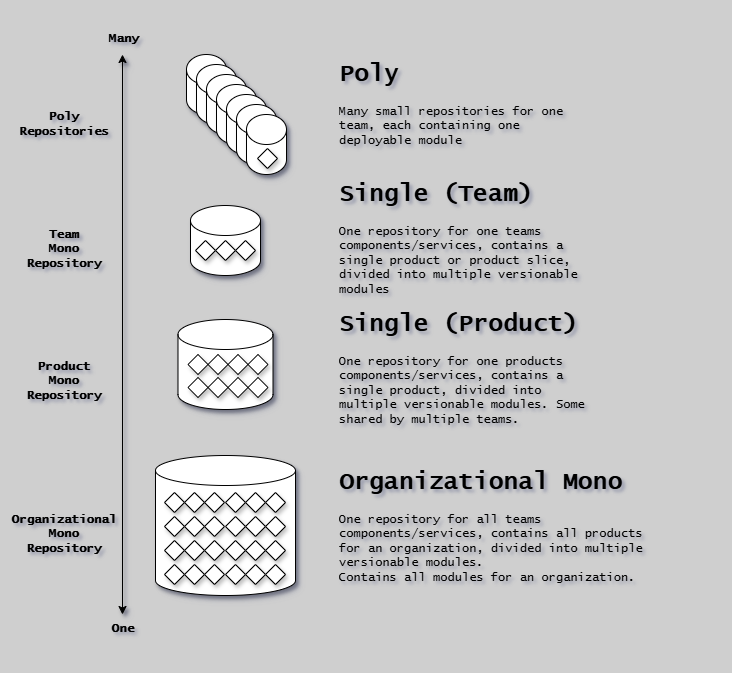
Before: docs/assets/repository/types.drawio.png, a diagram exported from draw.io (ready-to-release/eac). Source tidied: cells renumbered, new cells last; positions are measured from the earlier drawing's top-left corner, leaving out a move shared by most shapes. Source of this version:
```xml
<mxGraphModel background="#CFCFCF" shadow="1">
  <root>
    <mxCell id="0" />
    <mxCell id="1" parent="0" />
    <mxCell id="2" style="group;strokeColor=none;dashed=1;dashPattern=12 12;fontFamily=Lucida Console;fontStyle=1;shadow=1;" parent="1" vertex="1">
      <mxGeometry width="710" height="650" as="geometry" />
    </mxCell>
    <mxCell id="3" style="shape=cylinder3;whiteSpace=wrap;html=1;boundedLbl=1;backgroundOutline=1;size=15;fontFamily=Lucida Console;fontStyle=1;fontSize=14;shadow=1;" parent="1" vertex="1">
      <mxGeometry x="182" y="50" width="40" height="60" as="geometry" />
    </mxCell>
    <mxCell id="4" style="endArrow=classic;html=1;rounded=0;startArrow=classic;startFill=1;endFill=1;fontFamily=Lucida Console;fontStyle=1;shadow=1;" parent="1" edge="1">
      <mxGeometry relative="1" as="geometry">
        <mxPoint x="118" y="610" as="sourcePoint" />
        <mxPoint x="118" y="50" as="targetPoint" />
      </mxGeometry>
    </mxCell>
    <mxCell id="5" value="Poly&lt;br&gt;Repositories" style="text;html=1;strokeColor=none;fillColor=none;align=center;verticalAlign=middle;whiteSpace=wrap;rounded=0;fontFamily=Lucida Console;fontStyle=1;shadow=1;" parent="1" vertex="1">
      <mxGeometry x="30" y="105" width="60" height="30" as="geometry" />
    </mxCell>
    <mxCell id="6" value="Team&lt;br&gt;Mono&lt;br&gt;Repository" style="text;html=1;strokeColor=none;fillColor=none;align=center;verticalAlign=middle;whiteSpace=wrap;rounded=0;fontFamily=Lucida Console;fontStyle=1;shadow=1;" parent="1" vertex="1">
      <mxGeometry x="30" y="230" width="60" height="30" as="geometry" />
    </mxCell>
    <mxCell id="7" value="Product&lt;br&gt;Mono&lt;br&gt;Repository" style="text;html=1;strokeColor=none;fillColor=none;align=center;verticalAlign=middle;whiteSpace=wrap;rounded=0;fontFamily=Lucida Console;fontStyle=1;shadow=1;" parent="1" vertex="1">
      <mxGeometry x="30" y="362" width="60" height="30" as="geometry" />
    </mxCell>
    <mxCell id="8" value="Organizational&lt;br&gt;Mono&lt;br&gt;Repository" style="text;html=1;strokeColor=none;fillColor=none;align=center;verticalAlign=middle;whiteSpace=wrap;rounded=0;fontFamily=Lucida Console;fontStyle=1;shadow=1;" parent="1" vertex="1">
      <mxGeometry x="30" y="515" width="60" height="30" as="geometry" />
    </mxCell>
    <mxCell id="9" style="shape=cylinder3;whiteSpace=wrap;html=1;boundedLbl=1;backgroundOutline=1;size=15;fontFamily=Lucida Console;fontStyle=1;fontSize=14;shadow=1;" parent="1" vertex="1">
      <mxGeometry x="192" y="60" width="40" height="60" as="geometry" />
    </mxCell>
    <mxCell id="10" style="shape=cylinder3;whiteSpace=wrap;html=1;boundedLbl=1;backgroundOutline=1;size=15;fontFamily=Lucida Console;fontStyle=1;fontSize=14;shadow=1;" parent="1" vertex="1">
      <mxGeometry x="202" y="70" width="40" height="60" as="geometry" />
    </mxCell>
    <mxCell id="11" style="shape=cylinder3;whiteSpace=wrap;html=1;boundedLbl=1;backgroundOutline=1;size=15;fontFamily=Lucida Console;fontStyle=1;fontSize=14;shadow=1;" parent="1" vertex="1">
      <mxGeometry x="212" y="80" width="40" height="60" as="geometry" />
    </mxCell>
    <mxCell id="12" style="shape=cylinder3;whiteSpace=wrap;html=1;boundedLbl=1;backgroundOutline=1;size=15;fontFamily=Lucida Console;fontStyle=1;fontSize=14;shadow=1;" parent="1" vertex="1">
      <mxGeometry x="222" y="90" width="40" height="60" as="geometry" />
    </mxCell>
    <mxCell id="13" style="shape=cylinder3;whiteSpace=wrap;html=1;boundedLbl=1;backgroundOutline=1;size=15;fontFamily=Lucida Console;fontStyle=1;fontSize=14;shadow=1;" parent="1" vertex="1">
      <mxGeometry x="232" y="100" width="40" height="60" as="geometry" />
    </mxCell>
    <mxCell id="14" style="shape=cylinder3;whiteSpace=wrap;html=1;boundedLbl=1;backgroundOutline=1;size=15;fontFamily=Lucida Console;fontStyle=1;fontSize=14;shadow=1;" parent="1" vertex="1">
      <mxGeometry x="242" y="110" width="40" height="60" as="geometry" />
    </mxCell>
    <mxCell id="15" value="&lt;h1&gt;Poly&lt;/h1&gt;&lt;p&gt;&lt;span style=&quot;font-weight: normal;&quot;&gt;Many small repositories for one team, each containing one deployable module&lt;/span&gt;&lt;/p&gt;" style="text;html=1;strokeColor=none;fillColor=none;spacing=5;spacingTop=-20;whiteSpace=wrap;overflow=hidden;rounded=0;fontFamily=Lucida Console;fontStyle=1;shadow=1;" parent="1" vertex="1">
      <mxGeometry x="330" y="50" width="250" height="120" as="geometry" />
    </mxCell>
    <mxCell id="16" value="&lt;h1&gt;Single (Team)&lt;/h1&gt;&lt;p&gt;&lt;span style=&quot;font-weight: normal;&quot;&gt;One repository for one teams components/services, contains a single product or product slice, divided into multiple versionable modules&lt;/span&gt;&lt;/p&gt;" style="text;html=1;strokeColor=none;fillColor=none;spacing=5;spacingTop=-20;whiteSpace=wrap;overflow=hidden;rounded=0;fontFamily=Lucida Console;fontStyle=1;shadow=1;" parent="1" vertex="1">
      <mxGeometry x="330" y="170" width="280" height="130" as="geometry" />
    </mxCell>
    <mxCell id="17" style="shape=hexagon;perimeter=hexagonPerimeter2;whiteSpace=wrap;html=1;fixedSize=1;fontFamily=Lucida Console;fontStyle=1;shadow=1;" parent="1" vertex="1">
      <mxGeometry x="253" y="144" width="20" height="20" as="geometry" />
    </mxCell>
    <mxCell id="18" value="&lt;h1&gt;Single (Product)&lt;/h1&gt;&lt;p&gt;&lt;span style=&quot;font-weight: normal;&quot;&gt;One repository for one products components/services, contains a single product, divided into multiple versionable modules. Some shared by multiple teams.&lt;/span&gt;&lt;/p&gt;" style="text;html=1;strokeColor=none;fillColor=none;spacing=5;spacingTop=-20;whiteSpace=wrap;overflow=hidden;rounded=0;fontFamily=Lucida Console;fontStyle=1;shadow=1;" parent="1" vertex="1">
      <mxGeometry x="330" y="300" width="270" height="130" as="geometry" />
    </mxCell>
    <mxCell id="19" value="&lt;h1&gt;Organizational Mono&lt;/h1&gt;&lt;p&gt;&lt;span style=&quot;font-weight: normal;&quot;&gt;One repository for all teams components/services, contains all products for an organization, divided into multiple versionable modules.&lt;br&gt;Contains all modules for an organization.&lt;/span&gt;&lt;/p&gt;" style="text;html=1;strokeColor=none;fillColor=none;spacing=5;spacingTop=-20;whiteSpace=wrap;overflow=hidden;rounded=0;fontFamily=Lucida Console;fontStyle=1;shadow=1;" parent="1" vertex="1">
      <mxGeometry x="330" y="458" width="330" height="130" as="geometry" />
    </mxCell>
    <mxCell id="20" value="Many" style="text;html=1;strokeColor=none;fillColor=none;align=center;verticalAlign=middle;whiteSpace=wrap;rounded=0;fontFamily=Lucida Console;fontStyle=1;shadow=1;" parent="1" vertex="1">
      <mxGeometry x="90" y="20" width="60" height="30" as="geometry" />
    </mxCell>
    <mxCell id="21" value="One" style="text;html=1;strokeColor=none;fillColor=none;align=center;verticalAlign=middle;whiteSpace=wrap;rounded=0;fontFamily=Lucida Console;fontStyle=1;shadow=1;" parent="1" vertex="1">
      <mxGeometry x="89" y="610" width="60" height="30" as="geometry" />
    </mxCell>
    <mxCell id="22" style="group;shadow=1;" parent="1" vertex="1">
      <mxGeometry x="151" y="451" width="140" height="140" as="geometry" />
    </mxCell>
    <mxCell id="23" style="shape=cylinder3;whiteSpace=wrap;html=1;boundedLbl=1;backgroundOutline=1;size=15;fontFamily=Lucida Console;fontStyle=1;fontSize=14;shadow=1;" parent="22" vertex="1">
      <mxGeometry width="140" height="140" as="geometry" />
    </mxCell>
    <mxCell id="24" style="shape=hexagon;perimeter=hexagonPerimeter2;whiteSpace=wrap;html=1;fixedSize=1;fontFamily=Lucida Console;fontStyle=1;shadow=1;" parent="22" vertex="1">
      <mxGeometry x="9" y="37" width="20" height="20" as="geometry" />
    </mxCell>
    <mxCell id="25" style="shape=hexagon;perimeter=hexagonPerimeter2;whiteSpace=wrap;html=1;fixedSize=1;fontFamily=Lucida Console;fontStyle=1;shadow=1;" parent="22" vertex="1">
      <mxGeometry x="29" y="37" width="20" height="20" as="geometry" />
    </mxCell>
    <mxCell id="26" style="shape=hexagon;perimeter=hexagonPerimeter2;whiteSpace=wrap;html=1;fixedSize=1;fontFamily=Lucida Console;fontStyle=1;shadow=1;" parent="22" vertex="1">
      <mxGeometry x="49" y="37" width="20" height="20" as="geometry" />
    </mxCell>
    <mxCell id="27" style="shape=hexagon;perimeter=hexagonPerimeter2;whiteSpace=wrap;html=1;fixedSize=1;fontFamily=Lucida Console;fontStyle=1;shadow=1;" parent="22" vertex="1">
      <mxGeometry x="9" y="61" width="20" height="20" as="geometry" />
    </mxCell>
    <mxCell id="28" style="shape=hexagon;perimeter=hexagonPerimeter2;whiteSpace=wrap;html=1;fixedSize=1;fontFamily=Lucida Console;fontStyle=1;shadow=1;" parent="22" vertex="1">
      <mxGeometry x="29" y="61" width="20" height="20" as="geometry" />
    </mxCell>
    <mxCell id="29" style="shape=hexagon;perimeter=hexagonPerimeter2;whiteSpace=wrap;html=1;fixedSize=1;fontFamily=Lucida Console;fontStyle=1;shadow=1;" parent="22" vertex="1">
      <mxGeometry x="49" y="61" width="20" height="20" as="geometry" />
    </mxCell>
    <mxCell id="30" style="shape=hexagon;perimeter=hexagonPerimeter2;whiteSpace=wrap;html=1;fixedSize=1;fontFamily=Lucida Console;fontStyle=1;shadow=1;" parent="22" vertex="1">
      <mxGeometry x="9" y="85" width="20" height="20" as="geometry" />
    </mxCell>
    <mxCell id="31" style="shape=hexagon;perimeter=hexagonPerimeter2;whiteSpace=wrap;html=1;fixedSize=1;fontFamily=Lucida Console;fontStyle=1;shadow=1;" parent="22" vertex="1">
      <mxGeometry x="29" y="85" width="20" height="20" as="geometry" />
    </mxCell>
    <mxCell id="32" style="shape=hexagon;perimeter=hexagonPerimeter2;whiteSpace=wrap;html=1;fixedSize=1;fontFamily=Lucida Console;fontStyle=1;shadow=1;" parent="22" vertex="1">
      <mxGeometry x="49" y="85" width="20" height="20" as="geometry" />
    </mxCell>
    <mxCell id="33" style="shape=hexagon;perimeter=hexagonPerimeter2;whiteSpace=wrap;html=1;fixedSize=1;fontFamily=Lucida Console;fontStyle=1;shadow=1;" parent="22" vertex="1">
      <mxGeometry x="9" y="109" width="20" height="20" as="geometry" />
    </mxCell>
    <mxCell id="34" style="shape=hexagon;perimeter=hexagonPerimeter2;whiteSpace=wrap;html=1;fixedSize=1;fontFamily=Lucida Console;fontStyle=1;shadow=1;" parent="22" vertex="1">
      <mxGeometry x="29" y="109" width="20" height="20" as="geometry" />
    </mxCell>
    <mxCell id="35" style="shape=hexagon;perimeter=hexagonPerimeter2;whiteSpace=wrap;html=1;fixedSize=1;fontFamily=Lucida Console;fontStyle=1;shadow=1;" parent="22" vertex="1">
      <mxGeometry x="49" y="109" width="20" height="20" as="geometry" />
    </mxCell>
    <mxCell id="36" style="shape=hexagon;perimeter=hexagonPerimeter2;whiteSpace=wrap;html=1;fixedSize=1;fontFamily=Lucida Console;fontStyle=1;shadow=1;" parent="22" vertex="1">
      <mxGeometry x="70" y="37" width="20" height="20" as="geometry" />
    </mxCell>
    <mxCell id="37" style="shape=hexagon;perimeter=hexagonPerimeter2;whiteSpace=wrap;html=1;fixedSize=1;fontFamily=Lucida Console;fontStyle=1;shadow=1;" parent="22" vertex="1">
      <mxGeometry x="90" y="37" width="20" height="20" as="geometry" />
    </mxCell>
    <mxCell id="38" style="shape=hexagon;perimeter=hexagonPerimeter2;whiteSpace=wrap;html=1;fixedSize=1;fontFamily=Lucida Console;fontStyle=1;shadow=1;" parent="22" vertex="1">
      <mxGeometry x="110" y="37" width="20" height="20" as="geometry" />
    </mxCell>
    <mxCell id="39" style="shape=hexagon;perimeter=hexagonPerimeter2;whiteSpace=wrap;html=1;fixedSize=1;fontFamily=Lucida Console;fontStyle=1;shadow=1;" parent="22" vertex="1">
      <mxGeometry x="70" y="61" width="20" height="20" as="geometry" />
    </mxCell>
    <mxCell id="40" style="shape=hexagon;perimeter=hexagonPerimeter2;whiteSpace=wrap;html=1;fixedSize=1;fontFamily=Lucida Console;fontStyle=1;shadow=1;" parent="22" vertex="1">
      <mxGeometry x="90" y="61" width="20" height="20" as="geometry" />
    </mxCell>
    <mxCell id="41" style="shape=hexagon;perimeter=hexagonPerimeter2;whiteSpace=wrap;html=1;fixedSize=1;fontFamily=Lucida Console;fontStyle=1;shadow=1;" parent="22" vertex="1">
      <mxGeometry x="110" y="61" width="20" height="20" as="geometry" />
    </mxCell>
    <mxCell id="42" style="shape=hexagon;perimeter=hexagonPerimeter2;whiteSpace=wrap;html=1;fixedSize=1;fontFamily=Lucida Console;fontStyle=1;shadow=1;" parent="22" vertex="1">
      <mxGeometry x="70" y="85" width="20" height="20" as="geometry" />
    </mxCell>
    <mxCell id="43" style="shape=hexagon;perimeter=hexagonPerimeter2;whiteSpace=wrap;html=1;fixedSize=1;fontFamily=Lucida Console;fontStyle=1;shadow=1;" parent="22" vertex="1">
      <mxGeometry x="90" y="85" width="20" height="20" as="geometry" />
    </mxCell>
    <mxCell id="44" style="shape=hexagon;perimeter=hexagonPerimeter2;whiteSpace=wrap;html=1;fixedSize=1;fontFamily=Lucida Console;fontStyle=1;shadow=1;" parent="22" vertex="1">
      <mxGeometry x="110" y="85" width="20" height="20" as="geometry" />
    </mxCell>
    <mxCell id="45" style="shape=hexagon;perimeter=hexagonPerimeter2;whiteSpace=wrap;html=1;fixedSize=1;fontFamily=Lucida Console;fontStyle=1;shadow=1;" parent="22" vertex="1">
      <mxGeometry x="70" y="109" width="20" height="20" as="geometry" />
    </mxCell>
    <mxCell id="46" style="shape=hexagon;perimeter=hexagonPerimeter2;whiteSpace=wrap;html=1;fixedSize=1;fontFamily=Lucida Console;fontStyle=1;shadow=1;" parent="22" vertex="1">
      <mxGeometry x="90" y="109" width="20" height="20" as="geometry" />
    </mxCell>
    <mxCell id="47" style="shape=hexagon;perimeter=hexagonPerimeter2;whiteSpace=wrap;html=1;fixedSize=1;fontFamily=Lucida Console;fontStyle=1;shadow=1;" parent="22" vertex="1">
      <mxGeometry x="110" y="109" width="20" height="20" as="geometry" />
    </mxCell>
    <mxCell id="48" style="group;shadow=1;" parent="1" vertex="1">
      <mxGeometry x="173.5" y="315" width="95" height="90" as="geometry" />
    </mxCell>
    <mxCell id="49" style="shape=cylinder3;whiteSpace=wrap;html=1;boundedLbl=1;backgroundOutline=1;size=15;fontFamily=Lucida Console;fontStyle=1;fontSize=14;shadow=1;" parent="48" vertex="1">
      <mxGeometry width="95" height="90" as="geometry" />
    </mxCell>
    <mxCell id="50" style="shape=hexagon;perimeter=hexagonPerimeter2;whiteSpace=wrap;html=1;fixedSize=1;fontFamily=Lucida Console;fontStyle=1;shadow=1;" parent="48" vertex="1">
      <mxGeometry x="30" y="35" width="20" height="20" as="geometry" />
    </mxCell>
    <mxCell id="51" style="shape=hexagon;perimeter=hexagonPerimeter2;whiteSpace=wrap;html=1;fixedSize=1;fontFamily=Lucida Console;fontStyle=1;shadow=1;" parent="48" vertex="1">
      <mxGeometry x="50" y="35" width="20" height="20" as="geometry" />
    </mxCell>
    <mxCell id="52" style="shape=hexagon;perimeter=hexagonPerimeter2;whiteSpace=wrap;html=1;fixedSize=1;fontFamily=Lucida Console;fontStyle=1;shadow=1;" parent="48" vertex="1">
      <mxGeometry x="70" y="35" width="20" height="20" as="geometry" />
    </mxCell>
    <mxCell id="53" style="shape=hexagon;perimeter=hexagonPerimeter2;whiteSpace=wrap;html=1;fixedSize=1;fontFamily=Lucida Console;fontStyle=1;shadow=1;" parent="48" vertex="1">
      <mxGeometry x="30" y="58" width="20" height="20" as="geometry" />
    </mxCell>
    <mxCell id="54" style="shape=hexagon;perimeter=hexagonPerimeter2;whiteSpace=wrap;html=1;fixedSize=1;fontFamily=Lucida Console;fontStyle=1;shadow=1;" parent="48" vertex="1">
      <mxGeometry x="50" y="58" width="20" height="20" as="geometry" />
    </mxCell>
    <mxCell id="55" style="shape=hexagon;perimeter=hexagonPerimeter2;whiteSpace=wrap;html=1;fixedSize=1;fontFamily=Lucida Console;fontStyle=1;shadow=1;" parent="48" vertex="1">
      <mxGeometry x="70" y="58" width="20" height="20" as="geometry" />
    </mxCell>
    <mxCell id="56" style="shape=hexagon;perimeter=hexagonPerimeter2;whiteSpace=wrap;html=1;fixedSize=1;fontFamily=Lucida Console;fontStyle=1;shadow=1;" parent="48" vertex="1">
      <mxGeometry x="10" y="35" width="20" height="20" as="geometry" />
    </mxCell>
    <mxCell id="57" style="shape=hexagon;perimeter=hexagonPerimeter2;whiteSpace=wrap;html=1;fixedSize=1;fontFamily=Lucida Console;fontStyle=1;shadow=1;" parent="48" vertex="1">
      <mxGeometry x="10" y="58" width="20" height="20" as="geometry" />
    </mxCell>
    <mxCell id="58" style="group;shadow=1;" parent="1" vertex="1">
      <mxGeometry x="186" y="201" width="70" height="70" as="geometry" />
    </mxCell>
    <mxCell id="59" style="shape=cylinder3;whiteSpace=wrap;html=1;boundedLbl=1;backgroundOutline=1;size=15;fontFamily=Lucida Console;fontStyle=1;fontSize=14;shadow=1;" parent="58" vertex="1">
      <mxGeometry width="70" height="70" as="geometry" />
    </mxCell>
    <mxCell id="60" style="shape=hexagon;perimeter=hexagonPerimeter2;whiteSpace=wrap;html=1;fixedSize=1;fontFamily=Lucida Console;fontStyle=1;shadow=1;" parent="58" vertex="1">
      <mxGeometry x="5" y="35" width="20" height="20" as="geometry" />
    </mxCell>
    <mxCell id="61" style="shape=hexagon;perimeter=hexagonPerimeter2;whiteSpace=wrap;html=1;fixedSize=1;fontFamily=Lucida Console;fontStyle=1;shadow=1;" parent="58" vertex="1">
      <mxGeometry x="25" y="35" width="20" height="20" as="geometry" />
    </mxCell>
    <mxCell id="62" style="shape=hexagon;perimeter=hexagonPerimeter2;whiteSpace=wrap;html=1;fixedSize=1;fontFamily=Lucida Console;fontStyle=1;shadow=1;" parent="58" vertex="1">
      <mxGeometry x="45" y="35" width="20" height="20" as="geometry" />
    </mxCell>
  </root>
</mxGraphModel>
```
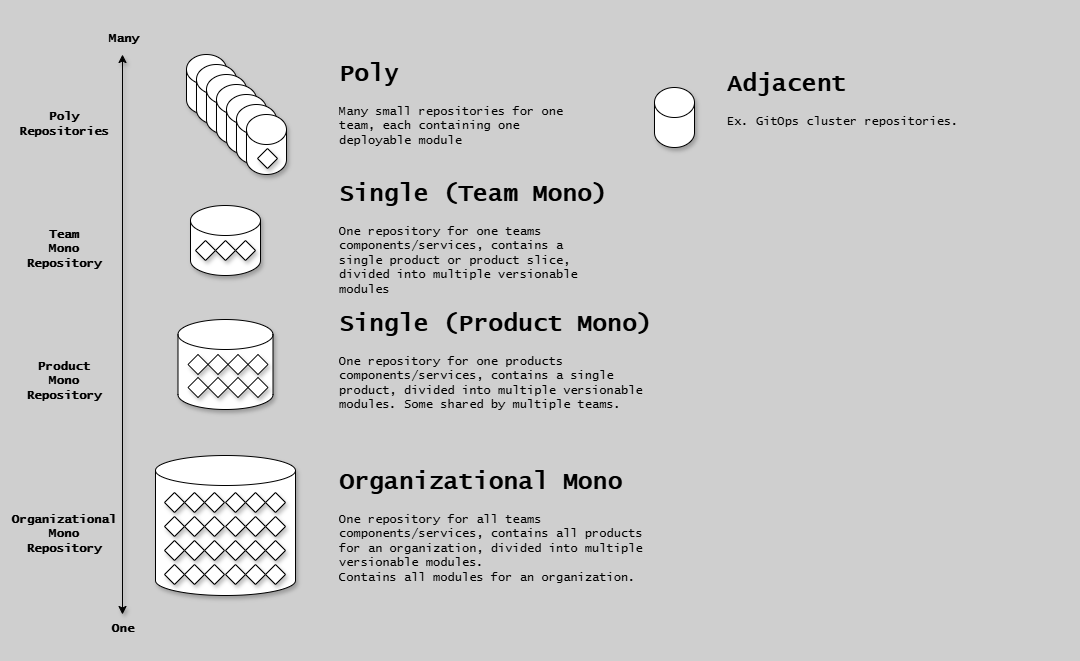
The same diagram one commit later.

Change to the diagram source:
```diff
@@ -3,7 +3,7 @@
     <mxCell id="0" />
     <mxCell id="1" parent="0" />
     <mxCell id="2" style="group;strokeColor=none;dashed=1;dashPattern=12 12;fontFamily=Lucida Console;fontStyle=1;shadow=1;" parent="1" vertex="1">
-      <mxGeometry width="710" height="650" as="geometry" />
+      <mxGeometry width="1070" height="650" as="geometry" />
     </mxCell>
     <mxCell id="3" style="shape=cylinder3;whiteSpace=wrap;html=1;boundedLbl=1;backgroundOutline=1;size=15;fontFamily=Lucida Console;fontStyle=1;fontSize=14;shadow=1;" parent="1" vertex="1">
       <mxGeometry x="182" y="50" width="40" height="60" as="geometry" />
@@ -47,14 +47,14 @@
     <mxCell id="15" value="&lt;h1&gt;Poly&lt;/h1&gt;&lt;p&gt;&lt;span style=&quot;font-weight: normal;&quot;&gt;Many small repositories for one team, each containing one deployable module&lt;/span&gt;&lt;/p&gt;" style="text;html=1;strokeColor=none;fillColor=none;spacing=5;spacingTop=-20;whiteSpace=wrap;overflow=hidden;rounded=0;fontFamily=Lucida Console;fontStyle=1;shadow=1;" parent="1" vertex="1">
       <mxGeometry x="330" y="50" width="250" height="120" as="geometry" />
     </mxCell>
-    <mxCell id="16" value="&lt;h1&gt;Single (Team)&lt;/h1&gt;&lt;p&gt;&lt;span style=&quot;font-weight: normal;&quot;&gt;One repository for one teams components/services, contains a single product or product slice, divided into multiple versionable modules&lt;/span&gt;&lt;/p&gt;" style="text;html=1;strokeColor=none;fillColor=none;spacing=5;spacingTop=-20;whiteSpace=wrap;overflow=hidden;rounded=0;fontFamily=Lucida Console;fontStyle=1;shadow=1;" parent="1" vertex="1">
+    <mxCell id="16" value="&lt;h1&gt;Single (Team Mono)&lt;/h1&gt;&lt;p&gt;&lt;span style=&quot;font-weight: normal;&quot;&gt;One repository for one teams components/services, contains a single product or product slice, divided into multiple versionable modules&lt;/span&gt;&lt;/p&gt;" style="text;html=1;strokeColor=none;fillColor=none;spacing=5;spacingTop=-20;whiteSpace=wrap;overflow=hidden;rounded=0;fontFamily=Lucida Console;fontStyle=1;shadow=1;" parent="1" vertex="1">
       <mxGeometry x="330" y="170" width="280" height="130" as="geometry" />
     </mxCell>
     <mxCell id="17" style="shape=hexagon;perimeter=hexagonPerimeter2;whiteSpace=wrap;html=1;fixedSize=1;fontFamily=Lucida Console;fontStyle=1;shadow=1;" parent="1" vertex="1">
       <mxGeometry x="253" y="144" width="20" height="20" as="geometry" />
     </mxCell>
-    <mxCell id="18" value="&lt;h1&gt;Single (Product)&lt;/h1&gt;&lt;p&gt;&lt;span style=&quot;font-weight: normal;&quot;&gt;One repository for one products components/services, contains a single product, divided into multiple versionable modules. Some shared by multiple teams.&lt;/span&gt;&lt;/p&gt;" style="text;html=1;strokeColor=none;fillColor=none;spacing=5;spacingTop=-20;whiteSpace=wrap;overflow=hidden;rounded=0;fontFamily=Lucida Console;fontStyle=1;shadow=1;" parent="1" vertex="1">
-      <mxGeometry x="330" y="300" width="270" height="130" as="geometry" />
+    <mxCell id="18" value="&lt;h1&gt;Single (Product Mono)&lt;/h1&gt;&lt;p&gt;&lt;span style=&quot;font-weight: normal;&quot;&gt;One repository for one products components/services, contains a single product, divided into multiple versionable modules. Some shared by multiple teams.&lt;/span&gt;&lt;/p&gt;" style="text;html=1;strokeColor=none;fillColor=none;spacing=5;spacingTop=-20;whiteSpace=wrap;overflow=hidden;rounded=0;fontFamily=Lucida Console;fontStyle=1;shadow=1;" parent="1" vertex="1">
+      <mxGeometry x="330" y="300" width="330" height="130" as="geometry" />
     </mxCell>
     <mxCell id="19" value="&lt;h1&gt;Organizational Mono&lt;/h1&gt;&lt;p&gt;&lt;span style=&quot;font-weight: normal;&quot;&gt;One repository for all teams components/services, contains all products for an organization, divided into multiple versionable modules.&lt;br&gt;Contains all modules for an organization.&lt;/span&gt;&lt;/p&gt;" style="text;html=1;strokeColor=none;fillColor=none;spacing=5;spacingTop=-20;whiteSpace=wrap;overflow=hidden;rounded=0;fontFamily=Lucida Console;fontStyle=1;shadow=1;" parent="1" vertex="1">
       <mxGeometry x="330" y="458" width="330" height="130" as="geometry" />
@@ -188,5 +188,11 @@
     <mxCell id="62" style="shape=hexagon;perimeter=hexagonPerimeter2;whiteSpace=wrap;html=1;fixedSize=1;fontFamily=Lucida Console;fontStyle=1;shadow=1;" parent="58" vertex="1">
       <mxGeometry x="45" y="35" width="20" height="20" as="geometry" />
     </mxCell>
+    <mxCell id="63" style="shape=cylinder3;whiteSpace=wrap;html=1;boundedLbl=1;backgroundOutline=1;size=15;fontFamily=Lucida Console;fontStyle=1;fontSize=14;shadow=1;" parent="1" vertex="1">
+      <mxGeometry x="650" y="83" width="40" height="60" as="geometry" />
+    </mxCell>
+    <mxCell id="64" value="&lt;h1&gt;Adjacent&lt;/h1&gt;&lt;p&gt;&lt;span style=&quot;font-weight: normal;&quot;&gt;Ex. GitOps cluster repositories.&lt;/span&gt;&lt;/p&gt;" style="text;html=1;strokeColor=none;fillColor=none;spacing=5;spacingTop=-20;whiteSpace=wrap;overflow=hidden;rounded=0;fontFamily=Lucida Console;fontStyle=1;shadow=1;" parent="1" vertex="1">
+      <mxGeometry x="718" y="60" width="250" height="120" as="geometry" />
+    </mxCell>
   </root>
 </mxGraphModel>
```
